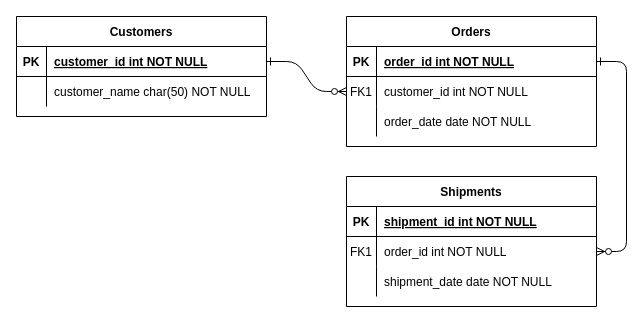
Before: Diagrams/UI_Diagram.drawio in Fabiancipher/Habitra, a draw.io diagram. Source tidied: cells renumbered, new cells numbered last; positions are measured from the earlier drawing's top-left corner, leaving out a move shared by most shapes. Both pictures are drawn from the tidied source at 100%, with x=0, y=0 at pixel (16, 16).
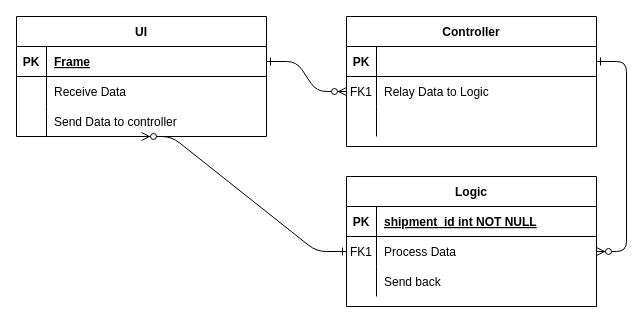
The same diagram, later.

The change refers to these unchanged cells:
```xml
<mxCell id="5" style="shape=partialRectangle;fillColor=none;points=[[0,0.5],[1,0.5]];portConstraint=eastwest;top=0;left=0;right=0;bottom=1;" parent="4" vertex="1">
  <mxGeometry y="30" width="250" height="30" as="geometry" />
</mxCell>
<mxCell id="8" style="shape=partialRectangle;fillColor=none;points=[[0,0.5],[1,0.5]];portConstraint=eastwest;top=0;left=0;right=0;bottom=0;" parent="4" vertex="1">
  <mxGeometry y="60" width="250" height="30" as="geometry" />
</mxCell>
<mxCell id="11" style="shape=partialRectangle;fillColor=none;top=0;left=0;right=0;bottom=0;" parent="4" vertex="1">
  <mxGeometry y="90" width="250" height="30" as="geometry" />
</mxCell>
<mxCell id="18" style="shape=partialRectangle;fillColor=none;points=[[0,0.5],[1,0.5]];portConstraint=eastwest;top=0;left=0;right=0;bottom=0;" parent="14" vertex="1">
  <mxGeometry y="60" width="250" height="30" as="geometry" />
</mxCell>
<mxCell id="21" style="shape=partialRectangle;fillColor=none;top=0;left=0;right=0;bottom=0;" parent="14" vertex="1">
  <mxGeometry y="90" width="250" height="30" as="geometry" />
</mxCell>
<mxCell id="25" style="shape=partialRectangle;fillColor=none;points=[[0,0.5],[1,0.5]];portConstraint=eastwest;top=0;left=0;right=0;bottom=1;" parent="24" vertex="1">
  <mxGeometry y="30" width="250" height="30" as="geometry" />
</mxCell>
<mxCell id="28" style="shape=partialRectangle;fillColor=none;top=0;left=0;right=0;bottom=0;" parent="24" vertex="1">
  <mxGeometry y="60" width="250" height="30" as="geometry" />
</mxCell>
```

Diff of the diagram source:
```diff
@@
-    <mxCell id="4" value="Orders" style="shape=table;startSize=30;childLayout=tableLayout;rowLines=0;fontStyle=1;align=center;" parent="1" vertex="1">
+    <mxCell id="4" value="Controller" style="shape=table;startSize=30;childLayout=tableLayout;rowLines=0;fontStyle=1;align=center;" parent="1" vertex="1">
       <mxGeometry x="330" width="250" height="130" as="geometry" />
     </mxCell>
@@
-    <mxCell id="7" value="order_id int NOT NULL " style="shape=partialRectangle;overflow=hidden;fillColor=none;top=0;left=0;bottom=0;right=0;align=left;spacingLeft=6;fontStyle=5;" parent="5" vertex="1">
+    <mxCell id="7" style="shape=partialRectangle;overflow=hidden;fillColor=none;top=0;left=0;bottom=0;right=0;align=left;spacingLeft=6;fontStyle=5;" parent="5" vertex="1">
       <mxGeometry x="30" width="220" height="30" as="geometry" />
     </mxCell>
@@
-    <mxCell id="10" value="customer_id int NOT NULL" style="shape=partialRectangle;overflow=hidden;fillColor=none;top=0;left=0;bottom=0;right=0;align=left;spacingLeft=6;" parent="8" vertex="1">
+    <mxCell id="10" value="Relay Data to Logic" style="shape=partialRectangle;overflow=hidden;fillColor=none;top=0;left=0;bottom=0;right=0;align=left;spacingLeft=6;" parent="8" vertex="1">
       <mxGeometry x="30" width="220" height="30" as="geometry" />
     </mxCell>
@@
-    <mxCell id="13" value="order_date date NOT NULL" style="shape=partialRectangle;overflow=hidden;fillColor=none;top=0;left=0;bottom=0;right=0;align=left;spacingLeft=6;" parent="11" vertex="1">
+    <mxCell id="13" style="shape=partialRectangle;overflow=hidden;fillColor=none;top=0;left=0;bottom=0;right=0;align=left;spacingLeft=6;" parent="11" vertex="1">
       <mxGeometry x="30" width="220" height="30" as="geometry" />
     </mxCell>
-    <mxCell id="14" value="Shipments" style="shape=table;startSize=30;childLayout=tableLayout;rowLines=0;fontStyle=1;align=center;" parent="1" vertex="1">
+    <mxCell id="14" value="Logic" style="shape=table;startSize=30;childLayout=tableLayout;rowLines=0;fontStyle=1;align=center;" parent="1" vertex="1">
       <mxGeometry x="330" y="160" width="250" height="130" as="geometry" />
     </mxCell>
@@
-    <mxCell id="20" value="order_id int NOT NULL" style="shape=partialRectangle;overflow=hidden;fillColor=none;top=0;left=0;bottom=0;right=0;align=left;spacingLeft=6;" parent="18" vertex="1">
+    <mxCell id="20" value="Process Data" style="shape=partialRectangle;overflow=hidden;fillColor=none;top=0;left=0;bottom=0;right=0;align=left;spacingLeft=6;" parent="18" vertex="1">
       <mxGeometry x="30" width="220" height="30" as="geometry" />
     </mxCell>
@@
-    <mxCell id="23" value="shipment_date date NOT NULL" style="shape=partialRectangle;overflow=hidden;fillColor=none;top=0;left=0;bottom=0;right=0;align=left;spacingLeft=6;" parent="21" vertex="1">
+    <mxCell id="23" value="Send back" style="shape=partialRectangle;overflow=hidden;fillColor=none;top=0;left=0;bottom=0;right=0;align=left;spacingLeft=6;" parent="21" vertex="1">
       <mxGeometry x="30" width="220" height="30" as="geometry" />
     </mxCell>
-    <mxCell id="24" value="Customers" style="shape=table;startSize=30;childLayout=tableLayout;rowLines=0;fontStyle=1;align=center;" parent="1" vertex="1">
-      <mxGeometry width="250" height="100" as="geometry" />
+    <mxCell id="24" value="UI" style="shape=table;startSize=30;childLayout=tableLayout;rowLines=0;fontStyle=1;align=center;" parent="1" vertex="1">
+      <mxGeometry width="250" height="120" as="geometry" />
     </mxCell>
@@
-    <mxCell id="27" value="customer_id int NOT NULL " style="shape=partialRectangle;overflow=hidden;fillColor=none;top=0;left=0;bottom=0;right=0;align=left;spacingLeft=6;fontStyle=5;" parent="25" vertex="1">
+    <mxCell id="27" value="Frame" style="shape=partialRectangle;overflow=hidden;fillColor=none;top=0;left=0;bottom=0;right=0;align=left;spacingLeft=6;fontStyle=5;" parent="25" vertex="1">
       <mxGeometry x="30" width="220" height="30" as="geometry" />
     </mxCell>
@@
-    <mxCell id="30" value="customer_name char(50) NOT NULL" style="shape=partialRectangle;overflow=hidden;fillColor=none;top=0;left=0;bottom=0;right=0;align=left;spacingLeft=6;" parent="28" vertex="1">
+    <mxCell id="30" value="Receive Data" style="shape=partialRectangle;overflow=hidden;fillColor=none;top=0;left=0;bottom=0;right=0;align=left;spacingLeft=6;" parent="28" vertex="1">
       <mxGeometry x="30" width="220" height="30" as="geometry" />
     </mxCell>
+    <mxCell id="31" style="shape=partialRectangle;fillColor=none;top=0;left=0;right=0;bottom=0;" parent="24" vertex="1">
+      <mxGeometry y="90" width="250" height="30" as="geometry" />
+    </mxCell>
+    <mxCell id="32" style="shape=partialRectangle;overflow=hidden;fillColor=none;top=0;left=0;bottom=0;right=0;" parent="31" vertex="1">
+      <mxGeometry width="30" height="30" as="geometry" />
+    </mxCell>
+    <mxCell id="33" value="Send Data to controller" style="shape=partialRectangle;overflow=hidden;fillColor=none;top=0;left=0;bottom=0;right=0;align=left;spacingLeft=6;" parent="31" vertex="1">
+      <mxGeometry x="30" width="220" height="30" as="geometry" />
+    </mxCell>
+    <mxCell id="34" style="edgeStyle=entityRelationEdgeStyle;endArrow=ERzeroToMany;startArrow=ERone;endFill=1;startFill=0;exitX=0;exitY=0.5;exitDx=0;exitDy=0;entryX=0.5;entryY=1;entryDx=0;entryDy=0;" parent="1" edge="1" source="18" target="24">
+      <mxGeometry relative="1" as="geometry">
+        <Array as="points">
+          <mxPoint x="210" y="210" />
+          <mxPoint x="190" y="210" />
+        </Array>
+      </mxGeometry>
+    </mxCell>
```
